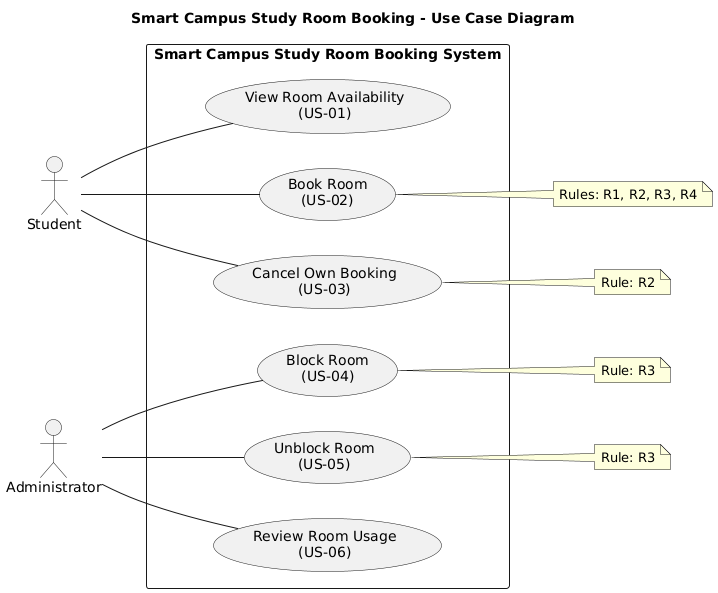
Earlier version of the PlantUML export week-04/models/img/use-case.png (kuanysh14/se-practice). The source it was exported from:
```plantuml
@startuml
title Smart Campus Study Room Booking - Use Case Diagram
left to right direction
skinparam packageStyle rectangle

actor Student
actor Administrator

rectangle "Smart Campus Study Room Booking System" {
  usecase "View Room Availability\n(US-01)" as UC1
  usecase "Book Room\n(US-02)" as UC2
  usecase "Cancel Own Booking\n(US-03)" as UC3
  usecase "Block Room\n(US-04)" as UC4
  usecase "Unblock Room\n(US-05)" as UC5
  usecase "Review Room Usage\n(US-06)" as UC6
}

Student -- UC1
Student -- UC2
Student -- UC3

Administrator -- UC4
Administrator -- UC5
Administrator -- UC6

note right of UC2
  Rules: R1, R2, R3, R4
end note
note right of UC3
  Rule: R2
end note
note right of UC4
  Rule: R3
end note
note right of UC5
  Rule: R3
end note
@enduml
```
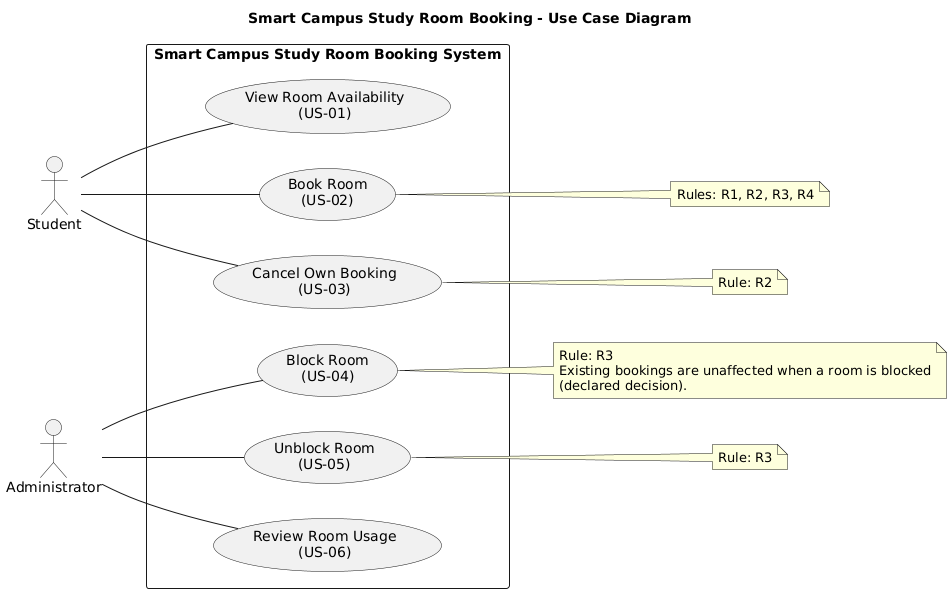
Above is the later version.

Change to the diagram source:
```diff
@@ -31,6 +31,8 @@
 end note
 note right of UC4
   Rule: R3
+  Existing bookings are unaffected when a room is blocked
+  (declared decision).
 end note
 note right of UC5
   Rule: R3
```
